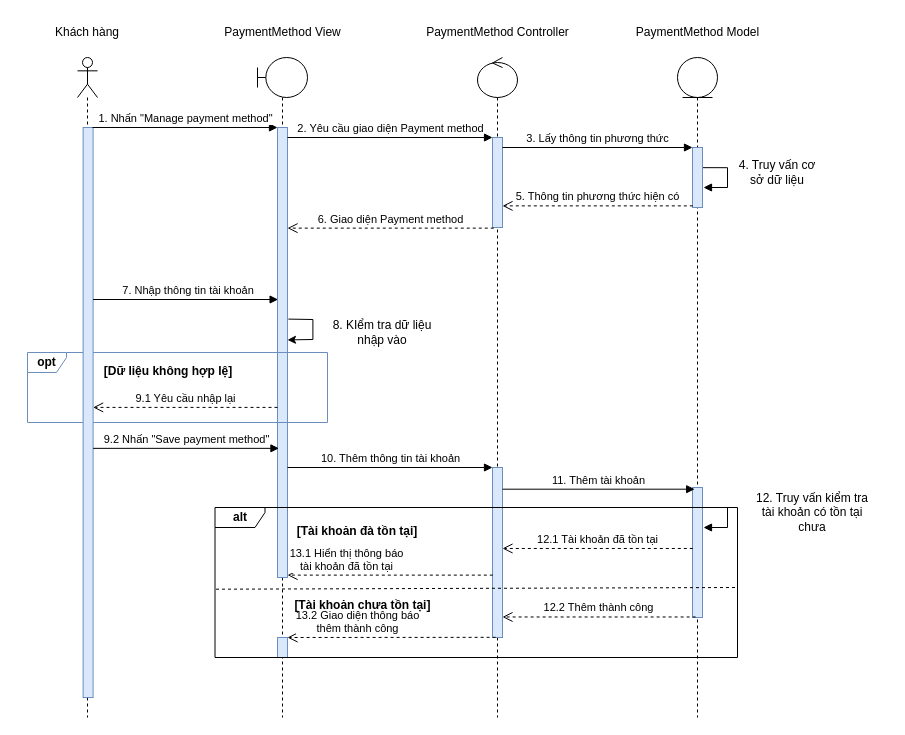
Earlier version of the draw.io diagram Nam3_HK1/CNPM_SoftTech/Sequence Diagrams/Minh Tuấn/SD_QuảnLíPhươngThứcThanhToán.drawio (EdgarIgnite16/SGU-Course). Source tidied: cells renumbered, new cells numbered last; positions are measured from the earlier drawing's top-left corner, leaving out a move shared by most shapes. Both pictures are drawn from the tidied source at 100%, with x=0, y=0 at pixel (27, 17).
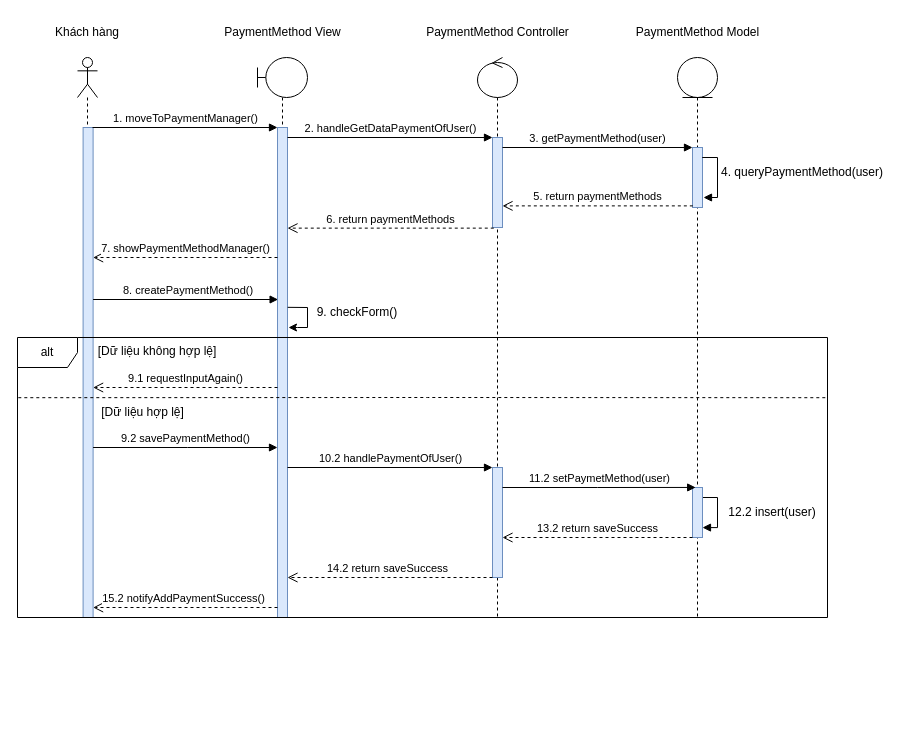
The same page after the edit.

Unchanged cells that the change refers to:
```xml
<mxCell id="7" style="html=1;points=[];perimeter=orthogonalPerimeter;fillColor=#dae8fc;strokeColor=#6c8ebf;" parent="6" vertex="1">
  <mxGeometry x="15" y="90" width="10" height="60" as="geometry" />
</mxCell>
<mxCell id="10" style="html=1;points=[];perimeter=orthogonalPerimeter;fillColor=#dae8fc;strokeColor=#6c8ebf;" parent="9" vertex="1">
  <mxGeometry x="15" y="80" width="10" height="90" as="geometry" />
</mxCell>
```

What changed in the source:
```diff
@@
     <mxCell id="2" style="shape=umlLifeline;participant=umlBoundary;perimeter=lifelinePerimeter;whiteSpace=wrap;html=1;verticalAlign=top;spacingTop=36;" parent="1" vertex="1">
-      <mxGeometry x="230" y="40" width="50" height="660" as="geometry" />
+      <mxGeometry x="230" y="40" width="50" height="560" as="geometry" />
     </mxCell>
     <mxCell id="3" style="html=1;points=[];perimeter=orthogonalPerimeter;fillColor=#dae8fc;strokeColor=#6c8ebf;" parent="2" vertex="1">
-      <mxGeometry x="20" y="70" width="10" height="450" as="geometry" />
+      <mxGeometry x="20" y="70" width="10" height="490" as="geometry" />
     </mxCell>
-    <mxCell id="4" value="&lt;b&gt;opt&lt;/b&gt;" style="shape=umlFrame;whiteSpace=wrap;html=1;strokeColor=#6C8EBF;width=39;height=20;" parent="2" vertex="1">
-      <mxGeometry x="-230" y="295" width="300" height="70" as="geometry" />
-    </mxCell>
-    <mxCell id="5" style="html=1;points=[];perimeter=orthogonalPerimeter;fillColor=#dae8fc;strokeColor=#6c8ebf;" parent="2" vertex="1">
-      <mxGeometry x="20" y="580" width="10" height="20" as="geometry" />
-    </mxCell>
+    <mxCell id="26" style="endArrow=classic;html=1;rounded=0;exitX=1.017;exitY=0.367;exitDx=0;exitDy=0;exitPerimeter=0;entryX=1.045;entryY=0.408;entryDx=0;entryDy=0;entryPerimeter=0;" parent="2" edge="1" source="3" target="3">
+      <mxGeometry relative="1" as="geometry">
+        <Array as="points">
+          <mxPoint x="50" y="250" />
+          <mxPoint x="50" y="270" />
+          <mxPoint x="40" y="270" />
+          <mxPoint x="31" y="270" />
+        </Array>
+      </mxGeometry>
+    </mxCell>
     <mxCell id="6" style="shape=umlLifeline;participant=umlEntity;perimeter=lifelinePerimeter;whiteSpace=wrap;html=1;verticalAlign=top;spacingTop=36;" parent="1" vertex="1">
-      <mxGeometry x="650" y="40" width="40" height="660" as="geometry" />
+      <mxGeometry x="650" y="40" width="40" height="560" as="geometry" />
     </mxCell>
@@
-    <mxCell id="8" style="edgeStyle=orthogonalEdgeStyle;html=1;align=left;spacingLeft=2;endArrow=block;rounded=0;exitX=1.052;exitY=0.336;exitDx=0;exitDy=0;exitPerimeter=0;" parent="6" edge="1" source="7">
+    <mxCell id="8" style="edgeStyle=orthogonalEdgeStyle;html=1;align=left;spacingLeft=2;endArrow=block;rounded=0;" parent="6" edge="1">
       <mxGeometry x="-0.02" y="10" relative="1" as="geometry">
-        <mxPoint x="26" y="130" as="targetPoint" />
+        <mxPoint x="26" y="100" as="sourcePoint" />
+        <mxPoint x="26" y="140" as="targetPoint" />
         <Array as="points">
-          <mxPoint x="50" y="110" />
-          <mxPoint x="50" y="130" />
+          <mxPoint x="25" y="100" />
+          <mxPoint x="40" y="100" />
+          <mxPoint x="40" y="140" />
+          <mxPoint x="26" y="140" />
         </Array>
       </mxGeometry>
     </mxCell>
+    <mxCell id="43" style="edgeStyle=orthogonalEdgeStyle;html=1;align=left;spacingLeft=2;endArrow=block;rounded=0;exitX=1.052;exitY=0.336;exitDx=0;exitDy=0;exitPerimeter=0;entryX=0.998;entryY=0.802;entryDx=0;entryDy=0;entryPerimeter=0;" parent="6" edge="1" target="31">
+      <mxGeometry x="-0.02" y="10" relative="1" as="geometry">
+        <mxPoint x="25.5" y="440" as="sourcePoint" />
+        <Array as="points">
+          <mxPoint x="40" y="440" />
+          <mxPoint x="40" y="470" />
+        </Array>
+      </mxGeometry>
+    </mxCell>
     <mxCell id="9" style="shape=umlLifeline;participant=umlControl;perimeter=lifelinePerimeter;whiteSpace=wrap;html=1;verticalAlign=top;spacingTop=36;" parent="1" vertex="1">
-      <mxGeometry x="450" y="40" width="40" height="660" as="geometry" />
+      <mxGeometry x="450" y="40" width="40" height="560" as="geometry" />
     </mxCell>
@@
     <mxCell id="11" style="html=1;points=[];perimeter=orthogonalPerimeter;strokeColor=#6c8ebf;fillColor=#dae8fc;" parent="9" vertex="1">
-      <mxGeometry x="15" y="410" width="10" height="170" as="geometry" />
+      <mxGeometry x="15" y="410" width="10" height="110" as="geometry" />
     </mxCell>
     <mxCell id="12" style="shape=umlLifeline;participant=umlActor;perimeter=lifelinePerimeter;whiteSpace=wrap;html=1;verticalAlign=top;spacingTop=36;strokeColor=default;" parent="1" vertex="1">
-      <mxGeometry x="50" y="40" width="20" height="660" as="geometry" />
+      <mxGeometry x="50" y="40" width="20" height="560" as="geometry" />
     </mxCell>
     <mxCell id="13" style="html=1;points=[];perimeter=orthogonalPerimeter;strokeColor=#6c8ebf;fillColor=#dae8fc;" parent="12" vertex="1">
-      <mxGeometry x="5.6" y="70" width="10" height="570" as="geometry" />
+      <mxGeometry x="5.6" y="70" width="10" height="490" as="geometry" />
     </mxCell>
@@
-    <mxCell id="18" value="1. Nhấn &quot;Manage payment method&quot;" style="html=1;verticalAlign=bottom;endArrow=block;entryX=0;entryY=0;rounded=0;" parent="1" edge="1" target="3">
+    <mxCell id="18" value="1. moveToPaymentManager()" style="html=1;verticalAlign=bottom;endArrow=block;entryX=0;entryY=0;rounded=0;" parent="1" edge="1" target="3">
       <mxGeometry relative="1" as="geometry">
         <mxPoint x="65" y="110" as="sourcePoint" />
       </mxGeometry>
     </mxCell>
-    <mxCell id="19" value="2. Yêu cầu giao diện Payment method" style="html=1;verticalAlign=bottom;endArrow=block;entryX=0;entryY=0;rounded=0;" parent="1" edge="1" target="10">
+    <mxCell id="19" value="2. handleGetDataPaymentOfUser()" style="html=1;verticalAlign=bottom;endArrow=block;entryX=0;entryY=0;rounded=0;" parent="1" edge="1" target="10">
       <mxGeometry relative="1" as="geometry">
         <mxPoint x="260" y="120" as="sourcePoint" />
       </mxGeometry>
     </mxCell>
-    <mxCell id="20" value="3. Lấy thông tin phương thức" style="html=1;verticalAlign=bottom;endArrow=block;entryX=0;entryY=0;rounded=0;" parent="1" edge="1" source="10" target="7">
+    <mxCell id="20" value="3. getPaymentMethod(user)" style="html=1;verticalAlign=bottom;endArrow=block;entryX=0;entryY=0;rounded=0;" parent="1" edge="1" source="10" target="7">
       <mxGeometry relative="1" as="geometry" />
     </mxCell>
-    <mxCell id="21" value="5. Thông tin phương thức hiện có" style="html=1;verticalAlign=bottom;endArrow=open;dashed=1;endSize=8;exitX=0.034;exitY=0.973;rounded=0;exitDx=0;exitDy=0;exitPerimeter=0;" parent="1" edge="1" source="7" target="10">
+    <mxCell id="21" value="5. return paymentMethods" style="html=1;verticalAlign=bottom;endArrow=open;dashed=1;endSize=8;exitX=0.034;exitY=0.973;rounded=0;exitDx=0;exitDy=0;exitPerimeter=0;" parent="1" edge="1" source="7" target="10">
       <mxGeometry relative="1" as="geometry" />
     </mxCell>
-    <mxCell id="22" value="4. Truy vấn cơ sở dữ liệu" style="text;html=1;strokeColor=none;fillColor=none;align=center;verticalAlign=middle;whiteSpace=wrap;rounded=0;" parent="1" vertex="1">
-      <mxGeometry x="710" y="140" width="80" height="30" as="geometry" />
+    <mxCell id="22" value="4. queryPaymentMethod(user)" style="text;html=1;strokeColor=none;fillColor=none;align=center;verticalAlign=middle;whiteSpace=wrap;rounded=0;" parent="1" vertex="1">
+      <mxGeometry x="690" y="140" width="170" height="30" as="geometry" />
     </mxCell>
-    <mxCell id="23" value="6. Giao diện Payment method" style="html=1;verticalAlign=bottom;endArrow=open;dashed=1;endSize=8;rounded=0;exitX=0.127;exitY=1.007;exitDx=0;exitDy=0;exitPerimeter=0;" parent="1" edge="1" source="10" target="3">
+    <mxCell id="23" value="6. return paymentMethods" style="html=1;verticalAlign=bottom;endArrow=open;dashed=1;endSize=8;rounded=0;exitX=0.127;exitY=1.007;exitDx=0;exitDy=0;exitPerimeter=0;" parent="1" edge="1" source="10" target="3">
       <mxGeometry relative="1" as="geometry" />
     </mxCell>
-    <mxCell id="24" value="&amp;nbsp;7. Nhập thông tin tài khoản" style="html=1;verticalAlign=bottom;endArrow=block;rounded=0;" parent="1" edge="1" source="13">
+    <mxCell id="24" value="&amp;nbsp;8. createPaymentMethod()" style="html=1;verticalAlign=bottom;endArrow=block;rounded=0;" parent="1" edge="1" source="13">
       <mxGeometry relative="1" as="geometry">
         <mxPoint x="250.6" y="282" as="targetPoint" />
       </mxGeometry>
     </mxCell>
-    <mxCell id="25" value="9.2 Nhấn &quot;Save payment method&quot;" style="html=1;verticalAlign=bottom;endArrow=block;rounded=0;entryX=0.145;entryY=0.713;entryDx=0;entryDy=0;entryPerimeter=0;" parent="1" edge="1" source="13" target="3">
-      <mxGeometry relative="1" as="geometry" />
+    <mxCell id="25" value="9.2 savePaymentMethod()" style="html=1;verticalAlign=bottom;endArrow=block;rounded=0;" parent="1" edge="1" source="13" target="3">
+      <mxGeometry relative="1" as="geometry">
+        <Array as="points">
+          <mxPoint x="160" y="430" />
+        </Array>
+      </mxGeometry>
     </mxCell>
-    <mxCell id="26" style="endArrow=classic;html=1;rounded=0;exitX=1.052;exitY=0.12;exitDx=0;exitDy=0;exitPerimeter=0;entryX=0.96;entryY=0.28;entryDx=0;entryDy=0;entryPerimeter=0;" parent="1" edge="1">
-      <mxGeometry relative="1" as="geometry">
-        <mxPoint x="260.9" y="301.6" as="sourcePoint" />
-        <mxPoint x="260" y="322.4" as="targetPoint" />
-        <Array as="points">
-          <mxPoint x="285.4" y="302" />
-          <mxPoint x="285.4" y="322" />
-        </Array>
-      </mxGeometry>
-    </mxCell>
-    <mxCell id="27" value="8. KIểm tra dữ liệu nhập vào" style="text;html=1;strokeColor=none;fillColor=none;align=center;verticalAlign=middle;whiteSpace=wrap;rounded=0;" parent="1" vertex="1">
-      <mxGeometry x="295.4" y="300" width="120" height="30" as="geometry" />
+    <mxCell id="27" value="9. checkForm()" style="text;html=1;strokeColor=none;fillColor=none;align=center;verticalAlign=middle;whiteSpace=wrap;rounded=0;" parent="1" vertex="1">
+      <mxGeometry x="270" y="280" width="120" height="30" as="geometry" />
     </mxCell>
-    <mxCell id="28" value="9.1 Yêu cầu nhập lại" style="html=1;verticalAlign=bottom;endArrow=open;dashed=1;endSize=8;rounded=0;exitX=0;exitY=0.622;exitDx=0;exitDy=0;exitPerimeter=0;" parent="1" edge="1" source="3" target="13">
-      <mxGeometry relative="1" as="geometry" />
+    <mxCell id="28" value="9.1 requestInputAgain()" style="html=1;verticalAlign=bottom;endArrow=open;dashed=1;endSize=8;rounded=0;" parent="1" edge="1" source="3" target="13">
+      <mxGeometry relative="1" as="geometry">
+        <Array as="points">
+          <mxPoint x="160" y="370" />
+        </Array>
+      </mxGeometry>
     </mxCell>
-    <mxCell id="29" value="[Dữ liệu không hợp lệ]" style="text;align=center;fontStyle=1;verticalAlign=middle;spacingLeft=3;spacingRight=3;strokeColor=none;" parent="1" vertex="1">
-      <mxGeometry x="101" y="340" width="80" height="26" as="geometry" />
+    <mxCell id="29" value="[Dữ liệu không hợp lệ]" style="text;align=center;fontStyle=0;verticalAlign=middle;spacingLeft=3;spacingRight=3;strokeColor=none;" parent="1" vertex="1">
+      <mxGeometry x="70" y="320" width="120" height="26" as="geometry" />
     </mxCell>
-    <mxCell id="30" value="10. Thêm thông tin tài khoản" style="html=1;verticalAlign=bottom;endArrow=block;rounded=0;" parent="1" edge="1" source="3" target="11">
+    <mxCell id="30" value="10.2 handlePaymentOfUser()" style="html=1;verticalAlign=bottom;endArrow=block;rounded=0;" parent="1" edge="1" source="3" target="11">
       <mxGeometry relative="1" as="geometry" />
     </mxCell>
     <mxCell id="31" style="html=1;points=[];perimeter=orthogonalPerimeter;fillColor=#dae8fc;strokeColor=#6c8ebf;" parent="1" vertex="1">
-      <mxGeometry x="665" y="470" width="10" height="130" as="geometry" />
+      <mxGeometry x="665" y="470" width="10" height="50" as="geometry" />
     </mxCell>
-    <mxCell id="32" style="edgeStyle=orthogonalEdgeStyle;html=1;align=left;spacingLeft=2;endArrow=block;rounded=0;" parent="1" edge="1">
-      <mxGeometry x="-0.02" y="10" relative="1" as="geometry">
-        <mxPoint x="676" y="490" as="sourcePoint" />
-        <mxPoint x="676" y="510" as="targetPoint" />
-        <Array as="points">
-          <mxPoint x="700" y="490" />
-          <mxPoint x="700" y="510" />
-        </Array>
-      </mxGeometry>
-    </mxCell>
-    <mxCell id="33" value="12. Truy vấn kiểm tra tài khoản có tồn tại chưa" style="text;html=1;strokeColor=none;fillColor=none;align=center;verticalAlign=middle;whiteSpace=wrap;rounded=0;" parent="1" vertex="1">
-      <mxGeometry x="720" y="480" width="130" height="30" as="geometry" />
-    </mxCell>
-    <mxCell id="34" value="11. Thêm tài khoản" style="html=1;verticalAlign=bottom;endArrow=block;rounded=0;entryX=0.219;entryY=0.013;entryDx=0;entryDy=0;entryPerimeter=0;" parent="1" edge="1" source="11" target="31">
-      <mxGeometry relative="1" as="geometry" />
+    <mxCell id="34" value="11.2 setPaymetMethod(user)" style="html=1;verticalAlign=bottom;endArrow=block;rounded=0;entryX=0.318;entryY=-0.001;entryDx=0;entryDy=0;entryPerimeter=0;" parent="1" edge="1" source="11" target="31">
+      <mxGeometry relative="1" as="geometry">
+        <Array as="points">
+          <mxPoint x="570" y="470" />
+        </Array>
+      </mxGeometry>
     </mxCell>
-    <mxCell id="35" value="12.1 Tài khoản đã tồn tại" style="html=1;verticalAlign=bottom;endArrow=open;dashed=1;endSize=8;rounded=0;exitX=0.034;exitY=0.469;exitDx=0;exitDy=0;exitPerimeter=0;" parent="1" edge="1" source="31" target="11">
-      <mxGeometry relative="1" as="geometry" />
+    <mxCell id="35" value="13.2 return saveSuccess" style="html=1;verticalAlign=bottom;endArrow=open;dashed=1;endSize=8;rounded=0;" parent="1" edge="1" source="31" target="11">
+      <mxGeometry relative="1" as="geometry">
+        <Array as="points">
+          <mxPoint x="570" y="520" />
+        </Array>
+      </mxGeometry>
     </mxCell>
-    <mxCell id="36" value="12.2 Thêm thành công" style="html=1;verticalAlign=bottom;endArrow=open;dashed=1;endSize=8;rounded=0;exitX=0.312;exitY=0.996;exitDx=0;exitDy=0;exitPerimeter=0;" parent="1" edge="1" source="31" target="11">
-      <mxGeometry relative="1" as="geometry" />
-    </mxCell>
-    <mxCell id="37" value="13.1 Hiển thị thông báo &lt;br&gt;tài khoản đã tồn tại" style="html=1;verticalAlign=bottom;endArrow=open;dashed=1;endSize=8;rounded=0;exitX=0.034;exitY=0.633;exitDx=0;exitDy=0;exitPerimeter=0;" parent="1" edge="1" source="11" target="3">
-      <mxGeometry x="0.42" relative="1" as="geometry" />
+    <mxCell id="37" value="14.2 return saveSuccess" style="html=1;verticalAlign=bottom;endArrow=open;dashed=1;endSize=8;rounded=0;" parent="1" edge="1" source="11" target="3">
+      <mxGeometry x="0.02" relative="1" as="geometry">
+        <Array as="points">
+          <mxPoint x="370" y="560" />
+        </Array>
+      </mxGeometry>
     </mxCell>
-    <mxCell id="38" value="13.2 Giao diện thông báo &lt;br&gt;thêm thành công" style="html=1;verticalAlign=bottom;endArrow=open;dashed=1;endSize=8;rounded=0;exitX=0.312;exitY=0.999;exitDx=0;exitDy=0;exitPerimeter=0;" parent="1" edge="1" source="11" target="5">
-      <mxGeometry x="0.33" relative="1" as="geometry" />
-    </mxCell>
-    <mxCell id="39" style="endArrow=none;dashed=1;html=1;rounded=0;exitX=0.002;exitY=0.478;exitDx=0;exitDy=0;exitPerimeter=0;" parent="1" edge="1">
-      <mxGeometry relative="1" as="geometry">
-        <mxPoint x="188.5" y="571.7" as="sourcePoint" />
-        <mxPoint x="710" y="570" as="targetPoint" />
-      </mxGeometry>
-    </mxCell>
-    <mxCell id="40" value="[Tài khoản đà tồn tại]" style="text;align=center;fontStyle=1;verticalAlign=middle;spacingLeft=3;spacingRight=3;strokeColor=none;" parent="1" vertex="1">
-      <mxGeometry x="290" y="500" width="80" height="26" as="geometry" />
-    </mxCell>
-    <mxCell id="41" value="[Tài khoản chưa tồn tại]" style="text;align=center;fontStyle=1;verticalAlign=middle;spacingLeft=3;spacingRight=3;strokeColor=none;" parent="1" vertex="1">
-      <mxGeometry x="295.4" y="574" width="80" height="26" as="geometry" />
-    </mxCell>
+    <mxCell id="44" value="7. showPaymentMethodManager()" style="html=1;verticalAlign=bottom;endArrow=open;dashed=1;endSize=8;rounded=0;" parent="1" edge="1" source="3" target="13">
+      <mxGeometry relative="1" as="geometry">
+        <Array as="points">
+          <mxPoint x="160" y="240" />
+        </Array>
+      </mxGeometry>
+    </mxCell>
+    <mxCell id="45" value="15.2 notifyAddPaymentSuccess()" style="html=1;verticalAlign=bottom;endArrow=open;dashed=1;endSize=8;rounded=0;" parent="1" edge="1" source="3" target="13">
+      <mxGeometry x="0.02" relative="1" as="geometry">
+        <Array as="points">
+          <mxPoint x="200" y="590" />
+          <mxPoint x="100" y="590" />
+        </Array>
+      </mxGeometry>
+    </mxCell>
+    <mxCell id="46" value="12.2 insert(user)" style="text;html=1;strokeColor=none;fillColor=none;align=center;verticalAlign=middle;whiteSpace=wrap;rounded=0;" parent="1" vertex="1">
+      <mxGeometry x="690" y="480" width="110" height="30" as="geometry" />
+    </mxCell>
-    <mxCell id="42" value="&lt;b&gt;alt&lt;/b&gt;" style="shape=umlFrame;whiteSpace=wrap;html=1;width=50;height=20;" parent="1" vertex="1">
-      <mxGeometry x="187.5" y="490" width="522.5" height="150" as="geometry" />
+    <mxCell id="42" value="alt" style="shape=umlFrame;whiteSpace=wrap;html=1;" parent="1" vertex="1">
+      <mxGeometry x="-10" y="320" width="810" height="280" as="geometry" />
     </mxCell>
+    <mxCell id="47" style="endArrow=none;dashed=1;html=1;rounded=0;exitX=0.001;exitY=0.215;exitDx=0;exitDy=0;exitPerimeter=0;entryX=1.001;entryY=0.215;entryDx=0;entryDy=0;entryPerimeter=0;" parent="1" edge="1" source="42" target="42">
+      <mxGeometry relative="1" as="geometry">
+        <Array as="points">
+          <mxPoint x="400" y="380" />
+        </Array>
+      </mxGeometry>
+    </mxCell>
+    <mxCell id="48" value="[Dữ liệu hợp lệ]" style="text;html=1;align=center;verticalAlign=middle;strokeColor=none;fillColor=none;" parent="1" vertex="1">
+      <mxGeometry x="60" y="380" width="110" height="30" as="geometry" />
+    </mxCell>
```
